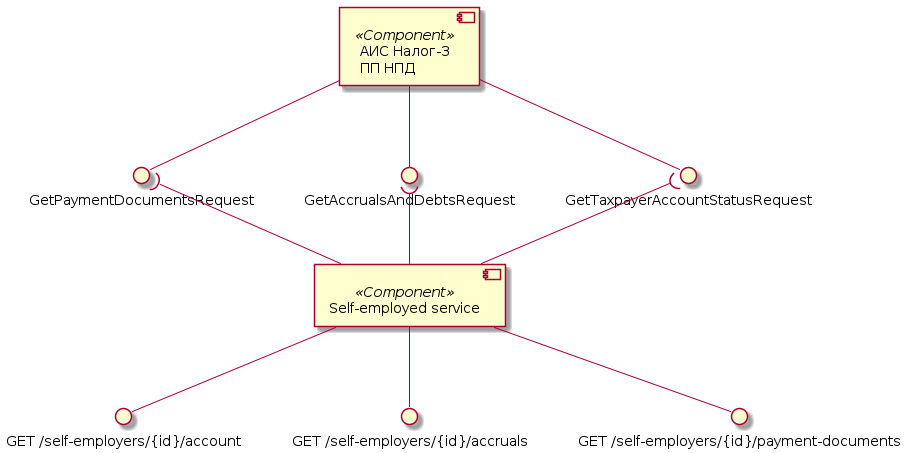
Before: assets/images/diagrams/self-employed-service/components/account-components.png, a diagram exported from PlantUML (RaikBitters/ibank-internal-services).
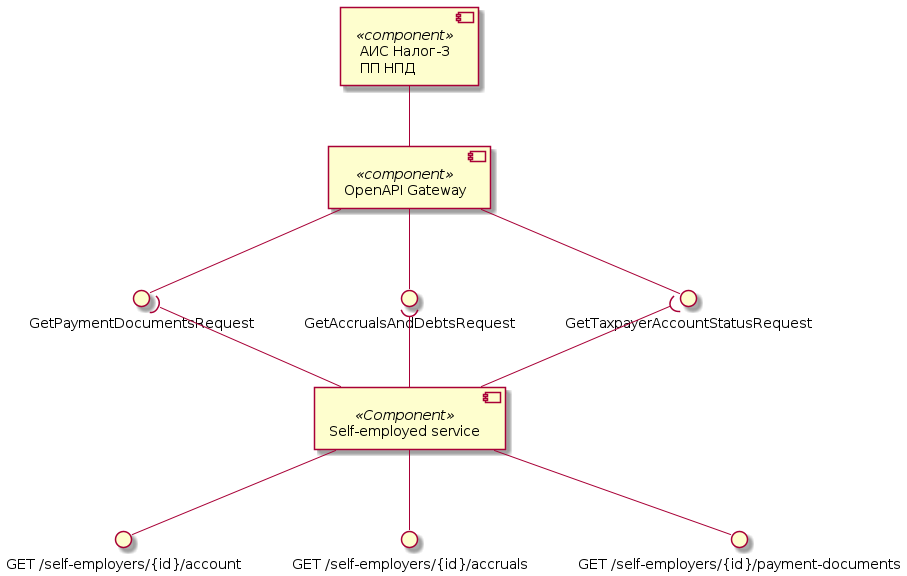
The same file after the commit.

Commit message:
Updated self-empl components diagram.

The edit, as a diff of the source:
```diff
@@ -1,13 +1,15 @@
 @startuml account-components
 
-component "АИС Налог-3\nПП НПД" as Tax3 <<Component>>
+component "АИС Налог-3\nПП НПД" as Tax3 <<component>>
+component "OpenAPI Gateway" as OpenAPI <<component>>
 interface "GetTaxpayerAccountStatusRequest" as GetAccountStatus
 interface "GetAccrualsAndDebtsRequest" as GetAccrualsAndDebts
 interface "GetPaymentDocumentsRequest" as GetPaymentDocuments
 
-Tax3 --() GetAccountStatus
-Tax3 --() GetAccrualsAndDebts
-Tax3 --() GetPaymentDocuments
+Tax3 -- OpenAPI
+OpenAPI --() GetAccountStatus
+OpenAPI --() GetAccrualsAndDebts
+OpenAPI --() GetPaymentDocuments
 
 component "Self-employed service" as SelfEmplService <<Component>>
 interface "GET /self-employers/{id}/account" as getAccount
```
